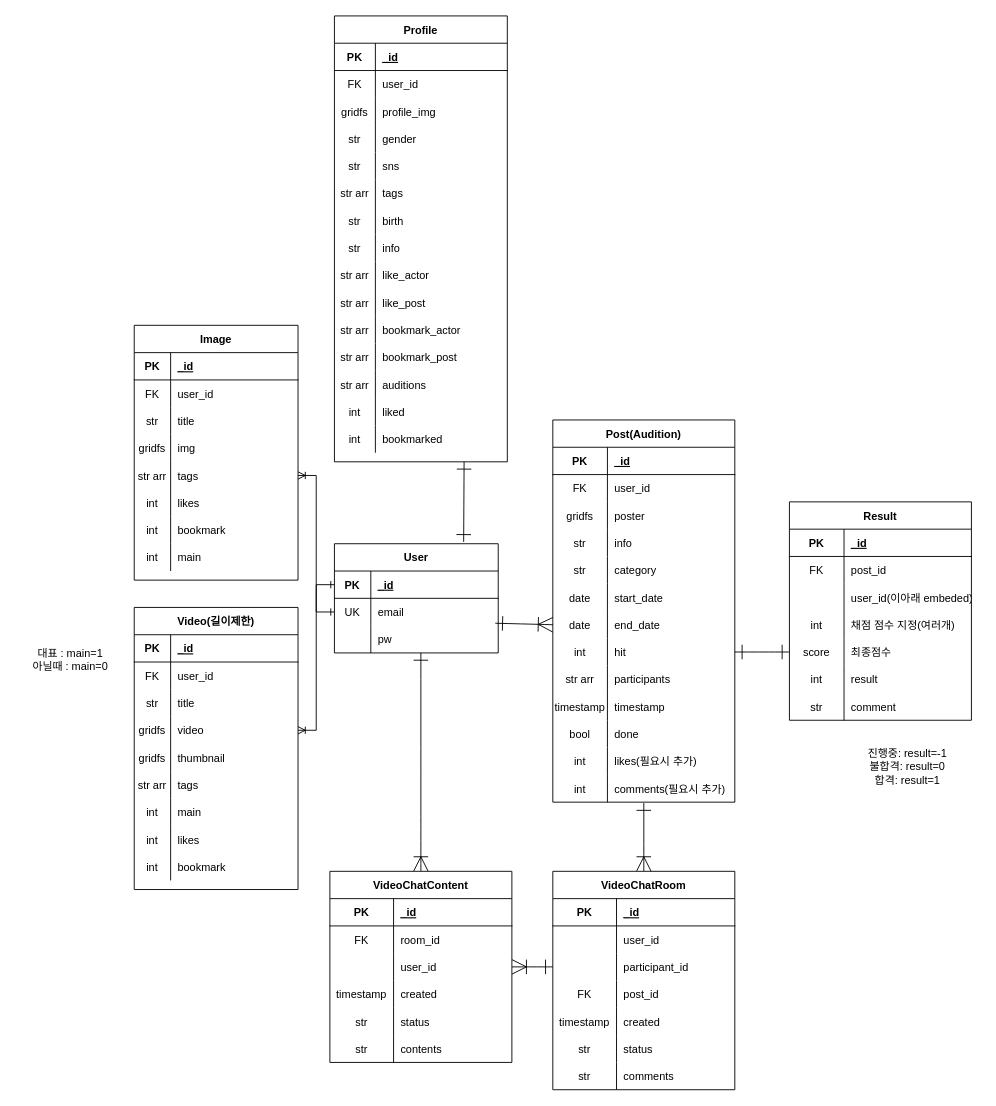
Before: cast2.drawio in wookyoon/cast, a draw.io diagram. Source tidied: cells renumbered, new cells numbered last; positions are measured from the earlier drawing's top-left corner, leaving out a move shared by most shapes. Both pictures are drawn from the tidied source at 91%, with x=0, y=0 at pixel (15, 15).
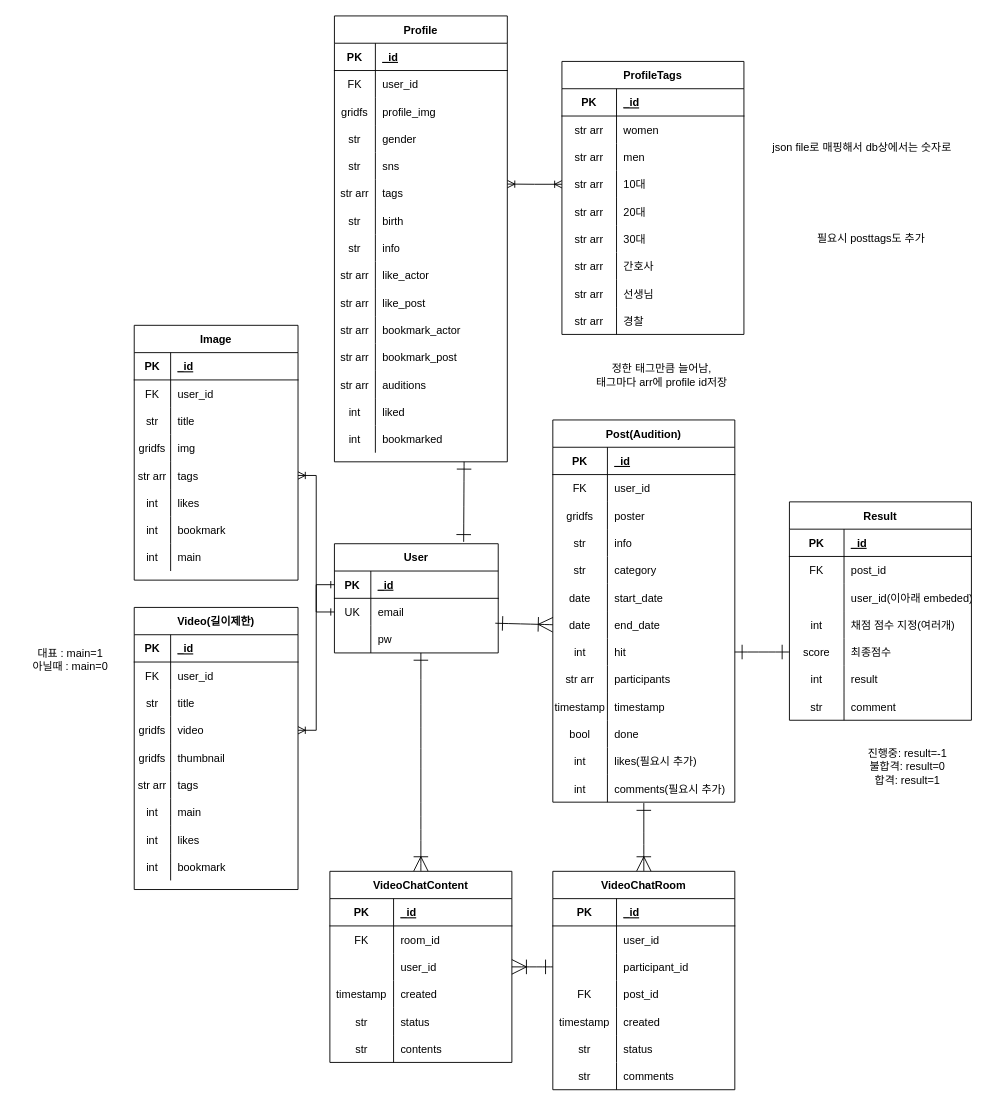
After the change.

Unchanged cells that the change refers to:
```xml
<mxCell id="69" style="shape=tableRow;horizontal=0;startSize=0;swimlaneHead=0;swimlaneBody=0;fillColor=none;points=[[0,0.5],[1,0.5]];portConstraint=eastwest;top=0;left=0;right=0;bottom=0;hachureGap=4;" parent="53" vertex="1">
  <mxGeometry y="180" width="190" height="30" as="geometry" />
</mxCell>
```

What changed in the source:
```diff
@@
+    <mxCell id="224" value="ProfileTags" style="shape=table;startSize=30;childLayout=tableLayout;rowLines=0;fontStyle=1;align=center;hachureGap=4;" parent="1" vertex="1">
+      <mxGeometry x="600" y="50" width="200" height="300" as="geometry" />
+    </mxCell>
+    <mxCell id="225" style="shape=tableRow;horizontal=0;startSize=0;swimlaneHead=0;swimlaneBody=0;fillColor=none;top=0;left=0;right=0;bottom=1;hachureGap=4;" parent="224" vertex="1">
+      <mxGeometry y="30" width="200" height="30" as="geometry" />
+    </mxCell>
+    <mxCell id="226" value="PK" style="shape=partialRectangle;fillColor=none;top=0;left=0;bottom=0;right=0;fontStyle=1;overflow=hidden;hachureGap=4;" parent="225" vertex="1">
+      <mxGeometry width="60" height="30" as="geometry" />
+    </mxCell>
+    <mxCell id="227" value="_id" style="shape=partialRectangle;fillColor=none;top=0;left=0;bottom=0;right=0;align=left;spacingLeft=6;fontStyle=5;overflow=hidden;hachureGap=4;" parent="225" vertex="1">
+      <mxGeometry x="60" width="140" height="30" as="geometry" />
+    </mxCell>
+    <mxCell id="228" style="shape=tableRow;horizontal=0;startSize=0;swimlaneHead=0;swimlaneBody=0;fillColor=none;top=0;left=0;right=0;bottom=0;hachureGap=4;" parent="224" vertex="1">
+      <mxGeometry y="60" width="200" height="30" as="geometry" />
+    </mxCell>
+    <mxCell id="229" value="str arr" style="shape=partialRectangle;fillColor=none;top=0;left=0;bottom=0;right=0;overflow=hidden;hachureGap=4;" parent="228" vertex="1">
+      <mxGeometry width="60" height="30" as="geometry" />
+    </mxCell>
+    <mxCell id="230" value="women" style="shape=partialRectangle;fillColor=none;top=0;left=0;bottom=0;right=0;align=left;spacingLeft=6;overflow=hidden;hachureGap=4;" parent="228" vertex="1">
+      <mxGeometry x="60" width="140" height="30" as="geometry" />
+    </mxCell>
+    <mxCell id="231" style="shape=tableRow;horizontal=0;startSize=0;swimlaneHead=0;swimlaneBody=0;fillColor=none;top=0;left=0;right=0;bottom=0;hachureGap=4;" parent="224" vertex="1">
+      <mxGeometry y="90" width="200" height="30" as="geometry" />
+    </mxCell>
+    <mxCell id="232" value="str arr" style="shape=partialRectangle;fillColor=none;top=0;left=0;bottom=0;right=0;overflow=hidden;hachureGap=4;" parent="231" vertex="1">
+      <mxGeometry width="60" height="30" as="geometry" />
+    </mxCell>
+    <mxCell id="233" value="men" style="shape=partialRectangle;fillColor=none;top=0;left=0;bottom=0;right=0;align=left;spacingLeft=6;overflow=hidden;hachureGap=4;" parent="231" vertex="1">
+      <mxGeometry x="60" width="140" height="30" as="geometry" />
+    </mxCell>
+    <mxCell id="234" style="shape=tableRow;horizontal=0;startSize=0;swimlaneHead=0;swimlaneBody=0;fillColor=none;points=[[0,0.5],[1,0.5]];portConstraint=eastwest;top=0;left=0;right=0;bottom=0;hachureGap=4;" parent="224" vertex="1">
+      <mxGeometry y="120" width="200" height="30" as="geometry" />
+    </mxCell>
+    <mxCell id="235" value="str arr" style="shape=partialRectangle;fillColor=none;top=0;left=0;bottom=0;right=0;overflow=hidden;hachureGap=4;" parent="234" vertex="1">
+      <mxGeometry width="60" height="30" as="geometry" />
+    </mxCell>
+    <mxCell id="236" value="10대" style="shape=partialRectangle;fillColor=none;top=0;left=0;bottom=0;right=0;align=left;spacingLeft=6;overflow=hidden;hachureGap=4;" parent="234" vertex="1">
+      <mxGeometry x="60" width="140" height="30" as="geometry" />
+    </mxCell>
+    <mxCell id="237" style="shape=tableRow;horizontal=0;startSize=0;swimlaneHead=0;swimlaneBody=0;fillColor=none;top=0;left=0;right=0;bottom=0;hachureGap=4;" parent="224" vertex="1">
+      <mxGeometry y="150" width="200" height="30" as="geometry" />
+    </mxCell>
+    <mxCell id="238" value="str arr" style="shape=partialRectangle;fillColor=none;top=0;left=0;bottom=0;right=0;overflow=hidden;hachureGap=4;" parent="237" vertex="1">
+      <mxGeometry width="60" height="30" as="geometry" />
+    </mxCell>
+    <mxCell id="239" value="20대" style="shape=partialRectangle;fillColor=none;top=0;left=0;bottom=0;right=0;align=left;spacingLeft=6;overflow=hidden;hachureGap=4;" parent="237" vertex="1">
+      <mxGeometry x="60" width="140" height="30" as="geometry" />
+    </mxCell>
+    <mxCell id="240" style="shape=tableRow;horizontal=0;startSize=0;swimlaneHead=0;swimlaneBody=0;fillColor=none;top=0;left=0;right=0;bottom=0;hachureGap=4;" parent="224" vertex="1">
+      <mxGeometry y="180" width="200" height="30" as="geometry" />
+    </mxCell>
+    <mxCell id="241" value="str arr" style="shape=partialRectangle;fillColor=none;top=0;left=0;bottom=0;right=0;overflow=hidden;hachureGap=4;" parent="240" vertex="1">
+      <mxGeometry width="60" height="30" as="geometry" />
+    </mxCell>
+    <mxCell id="242" value="30대" style="shape=partialRectangle;fillColor=none;top=0;left=0;bottom=0;right=0;align=left;spacingLeft=6;overflow=hidden;hachureGap=4;" parent="240" vertex="1">
+      <mxGeometry x="60" width="140" height="30" as="geometry" />
+    </mxCell>
+    <mxCell id="243" style="shape=tableRow;horizontal=0;startSize=0;swimlaneHead=0;swimlaneBody=0;fillColor=none;top=0;left=0;right=0;bottom=0;hachureGap=4;" parent="224" vertex="1">
+      <mxGeometry y="210" width="200" height="30" as="geometry" />
+    </mxCell>
+    <mxCell id="244" value="str arr" style="shape=partialRectangle;fillColor=none;top=0;left=0;bottom=0;right=0;overflow=hidden;hachureGap=4;" parent="243" vertex="1">
+      <mxGeometry width="60" height="30" as="geometry" />
+    </mxCell>
+    <mxCell id="245" value="간호사" style="shape=partialRectangle;fillColor=none;top=0;left=0;bottom=0;right=0;align=left;spacingLeft=6;overflow=hidden;hachureGap=4;" parent="243" vertex="1">
+      <mxGeometry x="60" width="140" height="30" as="geometry" />
+    </mxCell>
+    <mxCell id="246" style="shape=tableRow;horizontal=0;startSize=0;swimlaneHead=0;swimlaneBody=0;fillColor=none;top=0;left=0;right=0;bottom=0;hachureGap=4;" parent="224" vertex="1">
+      <mxGeometry y="240" width="200" height="30" as="geometry" />
+    </mxCell>
+    <mxCell id="247" value="str arr" style="shape=partialRectangle;fillColor=none;top=0;left=0;bottom=0;right=0;overflow=hidden;hachureGap=4;" parent="246" vertex="1">
+      <mxGeometry width="60" height="30" as="geometry" />
+    </mxCell>
+    <mxCell id="248" value="선생님" style="shape=partialRectangle;fillColor=none;top=0;left=0;bottom=0;right=0;align=left;spacingLeft=6;overflow=hidden;hachureGap=4;" parent="246" vertex="1">
+      <mxGeometry x="60" width="140" height="30" as="geometry" />
+    </mxCell>
+    <mxCell id="249" style="shape=tableRow;horizontal=0;startSize=0;swimlaneHead=0;swimlaneBody=0;fillColor=none;top=0;left=0;right=0;bottom=0;hachureGap=4;" parent="224" vertex="1">
+      <mxGeometry y="270" width="200" height="30" as="geometry" />
+    </mxCell>
+    <mxCell id="250" value="str arr" style="shape=partialRectangle;fillColor=none;top=0;left=0;bottom=0;right=0;overflow=hidden;hachureGap=4;" parent="249" vertex="1">
+      <mxGeometry width="60" height="30" as="geometry" />
+    </mxCell>
+    <mxCell id="251" value="경찰" style="shape=partialRectangle;fillColor=none;top=0;left=0;bottom=0;right=0;align=left;spacingLeft=6;overflow=hidden;hachureGap=4;" parent="249" vertex="1">
+      <mxGeometry x="60" width="140" height="30" as="geometry" />
+    </mxCell>
+    <mxCell id="252" style="edgeStyle=orthogonalEdgeStyle;rounded=0;jettySize=auto;html=1;exitX=0;exitY=0.5;exitDx=0;exitDy=0;entryX=1.001;entryY=0.159;entryDx=0;entryDy=0;entryPerimeter=0;startArrow=ERoneToMany;startFill=0;endArrow=ERoneToMany;endFill=0;" parent="1" edge="1" source="234" target="69">
+      <mxGeometry relative="1" as="geometry" />
+    </mxCell>
+    <mxCell id="253" value="정한 태그만큼 늘어남,&lt;br&gt;태그마다 arr에 profile id저장" style="text;html=1;strokeColor=none;fillColor=none;align=center;verticalAlign=middle;whiteSpace=wrap;rounded=0;" parent="1" vertex="1">
+      <mxGeometry x="590" y="380" width="240" height="30" as="geometry" />
+    </mxCell>
+    <mxCell id="254" value="json file로 매핑해서 db상에서는 숫자로" style="text;html=1;strokeColor=none;fillColor=none;align=center;verticalAlign=middle;whiteSpace=wrap;rounded=0;" parent="1" vertex="1">
+      <mxGeometry x="810" y="130" width="240" height="30" as="geometry" />
+    </mxCell>
+    <mxCell id="255" value="필요시 posttags도 추가" style="text;html=1;strokeColor=none;fillColor=none;align=center;verticalAlign=middle;whiteSpace=wrap;rounded=0;" parent="1" vertex="1">
+      <mxGeometry x="820" y="230" width="240" height="30" as="geometry" />
+    </mxCell>
```
